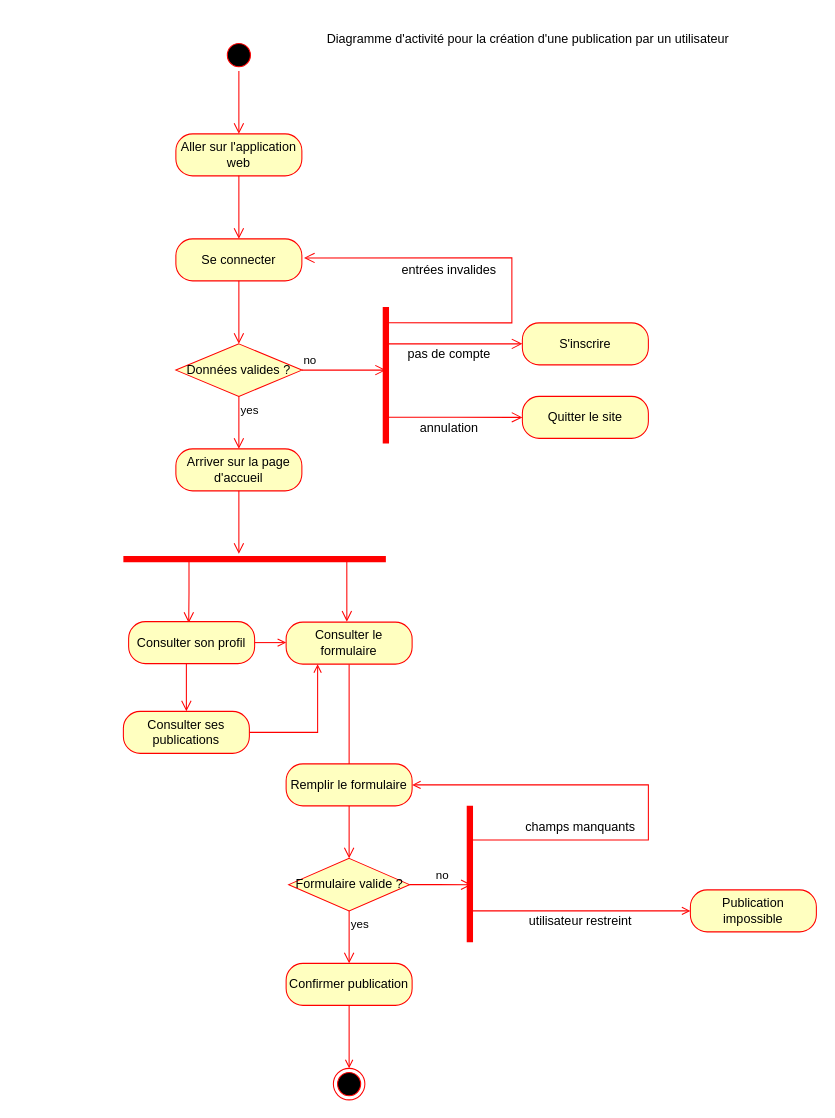
The draw.io diagram page "Diagramme d'activité" (4 of 6) of ProjectDtoD.drawio in Clemy-beep/accreditations_project, before the edit. Source tidied: cells renumbered, new cells numbered last; positions are measured from the earlier drawing's top-left corner, leaving out a move shared by most shapes. Both pictures are drawn from the tidied source at 105%, with x=0, y=0 at pixel (123, 28).
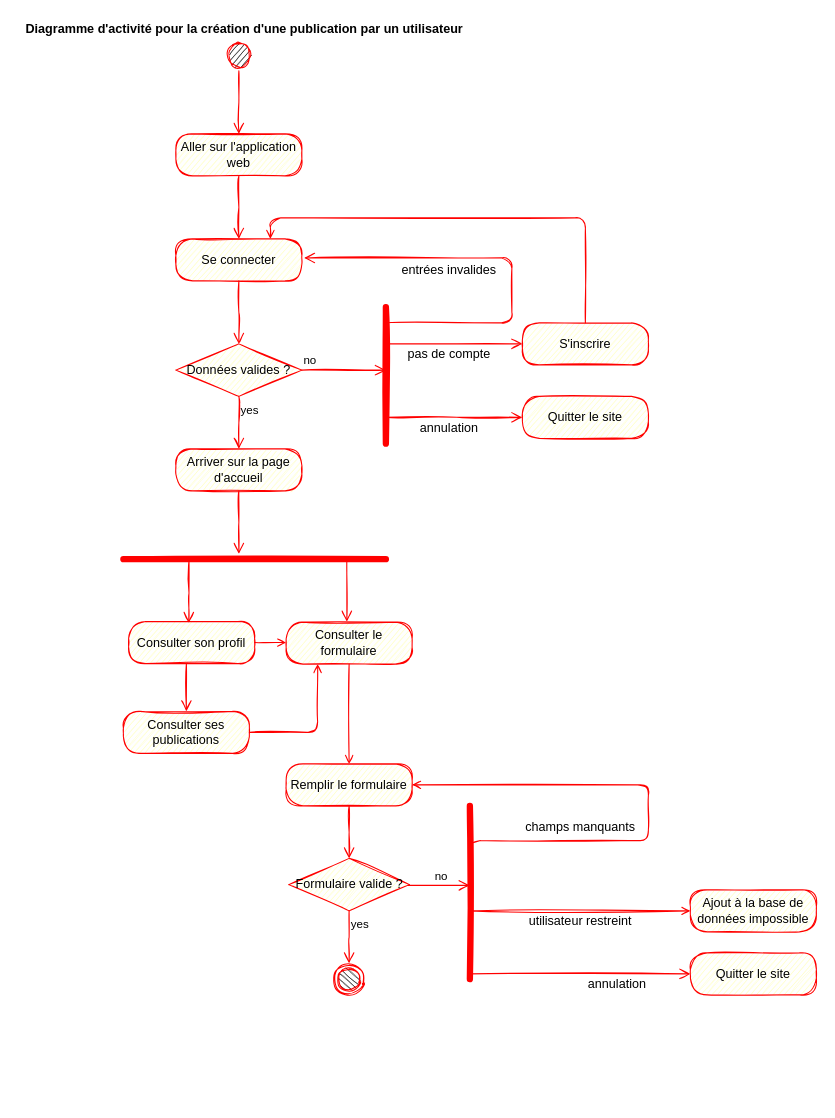
The same diagram, later.

The edit, as a diff of the source:
```diff
@@
-    <mxCell id="2" style="ellipse;html=1;shape=startState;fillColor=#000000;strokeColor=#ff0000;" parent="1" vertex="1">
+    <mxCell id="2" style="ellipse;html=1;shape=startState;fillColor=#000000;strokeColor=#ff0000;sketch=1;" parent="1" vertex="1">
       <mxGeometry x="95" y="10" width="30" height="30" as="geometry" />
     </mxCell>
-    <mxCell id="3" style="edgeStyle=orthogonalEdgeStyle;html=1;verticalAlign=bottom;endArrow=open;endSize=8;strokeColor=#ff0000;rounded=0;" parent="1" edge="1" source="2">
+    <mxCell id="3" style="edgeStyle=orthogonalEdgeStyle;html=1;verticalAlign=bottom;endArrow=open;endSize=8;strokeColor=#ff0000;rounded=0;sketch=1;" parent="1" edge="1" source="2">
       <mxGeometry relative="1" as="geometry">
         <mxPoint x="110" y="100" as="targetPoint" />
       </mxGeometry>
     </mxCell>
-    <mxCell id="4" value="Aller sur l'application web" style="rounded=1;whiteSpace=wrap;html=1;arcSize=40;fontColor=#000000;fillColor=#ffffc0;strokeColor=#ff0000;" parent="1" vertex="1">
+    <mxCell id="4" value="Aller sur l'application web" style="rounded=1;whiteSpace=wrap;html=1;arcSize=40;fontColor=#000000;fillColor=#ffffc0;strokeColor=#ff0000;sketch=1;" parent="1" vertex="1">
       <mxGeometry x="50" y="100" width="120" height="40" as="geometry" />
     </mxCell>
-    <mxCell id="5" style="edgeStyle=orthogonalEdgeStyle;html=1;verticalAlign=bottom;endArrow=open;endSize=8;strokeColor=#ff0000;rounded=0;" parent="1" edge="1" source="4">
+    <mxCell id="5" style="edgeStyle=orthogonalEdgeStyle;html=1;verticalAlign=bottom;endArrow=open;endSize=8;strokeColor=#ff0000;rounded=0;sketch=1;" parent="1" edge="1" source="4">
       <mxGeometry relative="1" as="geometry">
         <mxPoint x="110" y="200" as="targetPoint" />
       </mxGeometry>
     </mxCell>
-    <mxCell id="6" value="Se connecter" style="rounded=1;whiteSpace=wrap;html=1;arcSize=40;fontColor=#000000;fillColor=#ffffc0;strokeColor=#ff0000;" parent="1" vertex="1">
+    <mxCell id="6" value="Se connecter" style="rounded=1;whiteSpace=wrap;html=1;arcSize=40;fontColor=#000000;fillColor=#ffffc0;strokeColor=#ff0000;sketch=1;" parent="1" vertex="1">
       <mxGeometry x="50" y="200" width="120" height="40" as="geometry" />
     </mxCell>
-    <mxCell id="7" style="edgeStyle=orthogonalEdgeStyle;html=1;verticalAlign=bottom;endArrow=open;endSize=8;strokeColor=#ff0000;rounded=0;" parent="1" edge="1" source="6">
+    <mxCell id="7" style="edgeStyle=orthogonalEdgeStyle;html=1;verticalAlign=bottom;endArrow=open;endSize=8;strokeColor=#ff0000;rounded=0;sketch=1;" parent="1" edge="1" source="6">
       <mxGeometry relative="1" as="geometry">
         <mxPoint x="110" y="300" as="targetPoint" />
       </mxGeometry>
     </mxCell>
-    <mxCell id="8" value="Données valides ?" style="rhombus;whiteSpace=wrap;html=1;fillColor=#ffffc0;strokeColor=#ff0000;" parent="1" vertex="1">
+    <mxCell id="8" value="Données valides ?" style="rhombus;whiteSpace=wrap;html=1;fillColor=#ffffc0;strokeColor=#ff0000;sketch=1;" parent="1" vertex="1">
       <mxGeometry x="50" y="300" width="120" height="50" as="geometry" />
     </mxCell>
-    <mxCell id="9" value="no" style="edgeStyle=orthogonalEdgeStyle;html=1;align=left;verticalAlign=bottom;endArrow=open;endSize=8;strokeColor=#ff0000;rounded=0;" parent="1" edge="1" source="8">
+    <mxCell id="9" value="no" style="edgeStyle=orthogonalEdgeStyle;html=1;align=left;verticalAlign=bottom;endArrow=open;endSize=8;strokeColor=#ff0000;rounded=0;sketch=1;" parent="1" edge="1" source="8">
       <mxGeometry x="-1" relative="1" as="geometry">
         <mxPoint x="250" y="325" as="targetPoint" />
         <Array as="points">
           <mxPoint x="250" y="325" />
         </Array>
       </mxGeometry>
     </mxCell>
-    <mxCell id="10" value="yes" style="edgeStyle=orthogonalEdgeStyle;html=1;align=left;verticalAlign=top;endArrow=open;endSize=8;strokeColor=#ff0000;rounded=0;" parent="1" edge="1" source="8">
+    <mxCell id="10" value="yes" style="edgeStyle=orthogonalEdgeStyle;html=1;align=left;verticalAlign=top;endArrow=open;endSize=8;strokeColor=#ff0000;rounded=0;sketch=1;" parent="1" edge="1" source="8">
       <mxGeometry x="-1" relative="1" as="geometry">
         <mxPoint x="110" y="400" as="targetPoint" />
       </mxGeometry>
     </mxCell>
-    <mxCell id="11" style="shape=line;html=1;strokeWidth=6;strokeColor=#ff0000;" parent="1" vertex="1">
+    <mxCell id="11" style="shape=line;html=1;strokeWidth=6;strokeColor=#ff0000;sketch=1;" parent="1" vertex="1">
       <mxGeometry y="500" width="250" height="10" as="geometry" />
     </mxCell>
-    <mxCell id="12" style="edgeStyle=orthogonalEdgeStyle;html=1;verticalAlign=bottom;endArrow=open;endSize=8;strokeColor=#ff0000;rounded=0;exitX=0.75;exitY=0.5;exitDx=0;exitDy=0;exitPerimeter=0;entryX=0.482;entryY=-0.01;entryDx=0;entryDy=0;entryPerimeter=0;" parent="1" edge="1" source="11" target="29">
+    <mxCell id="12" style="edgeStyle=orthogonalEdgeStyle;html=1;verticalAlign=bottom;endArrow=open;endSize=8;strokeColor=#ff0000;rounded=0;exitX=0.75;exitY=0.5;exitDx=0;exitDy=0;exitPerimeter=0;entryX=0.482;entryY=-0.01;entryDx=0;entryDy=0;entryPerimeter=0;sketch=1;" parent="1" edge="1" source="11" target="29">
       <mxGeometry relative="1" as="geometry">
         <Array as="points">
           <mxPoint x="213" y="505" />
         </Array>
       </mxGeometry>
     </mxCell>
-    <mxCell id="13" style="shape=line;html=1;strokeWidth=6;strokeColor=#ff0000;rotation=90;" parent="1" vertex="1">
+    <mxCell id="13" style="shape=line;html=1;strokeWidth=6;strokeColor=#ff0000;rotation=90;sketch=1;" parent="1" vertex="1">
       <mxGeometry x="185" y="325" width="130" height="10" as="geometry" />
     </mxCell>
-    <mxCell id="14" value="Quitter le site" style="rounded=1;whiteSpace=wrap;html=1;arcSize=40;fontColor=#000000;fillColor=#ffffc0;strokeColor=#ff0000;" parent="1" vertex="1">
+    <mxCell id="14" value="Quitter le site" style="rounded=1;whiteSpace=wrap;html=1;arcSize=40;fontColor=#000000;fillColor=#ffffc0;strokeColor=#ff0000;sketch=1;" parent="1" vertex="1">
       <mxGeometry x="380" y="350" width="120" height="40" as="geometry" />
     </mxCell>
-    <mxCell id="15" style="edgeStyle=orthogonalEdgeStyle;html=1;verticalAlign=bottom;endArrow=open;endSize=8;strokeColor=#ff0000;rounded=0;exitX=0.807;exitY=0.486;exitDx=0;exitDy=0;exitPerimeter=0;" parent="1" edge="1" source="13">
+    <mxCell id="15" style="edgeStyle=orthogonalEdgeStyle;html=1;verticalAlign=bottom;endArrow=open;endSize=8;strokeColor=#ff0000;rounded=0;exitX=0.807;exitY=0.486;exitDx=0;exitDy=0;exitPerimeter=0;sketch=1;" parent="1" edge="1" source="13">
       <mxGeometry relative="1" as="geometry">
         <mxPoint x="380" y="370" as="targetPoint" />
       </mxGeometry>
     </mxCell>
-    <mxCell id="16" value="annulation" style="text;html=1;align=center;verticalAlign=middle;strokeColor=none;fillColor=none;" parent="1" vertex="1">
+    <mxCell id="16" value="annulation" style="text;html=1;align=center;verticalAlign=middle;strokeColor=none;fillColor=none;sketch=1;" parent="1" vertex="1">
       <mxGeometry x="275" y="370" width="70" height="20" as="geometry" />
     </mxCell>
+    <mxCell id="47" style="edgeStyle=orthogonalEdgeStyle;rounded=1;sketch=1;jettySize=auto;html=1;exitX=0.5;exitY=0;exitDx=0;exitDy=0;entryX=0.75;entryY=0;entryDx=0;entryDy=0;fillColor=#e51400;strokeColor=#FF0000;endArrow=open;endFill=0;" parent="1" edge="1" source="17" target="6">
+      <mxGeometry relative="1" as="geometry" />
+    </mxCell>
-    <mxCell id="17" value="S'inscrire" style="rounded=1;whiteSpace=wrap;html=1;arcSize=40;fontColor=#000000;fillColor=#ffffc0;strokeColor=#ff0000;" parent="1" vertex="1">
+    <mxCell id="17" value="S'inscrire" style="rounded=1;whiteSpace=wrap;html=1;arcSize=40;fontColor=#000000;fillColor=#ffffc0;strokeColor=#ff0000;sketch=1;" parent="1" vertex="1">
       <mxGeometry x="380" y="280" width="120" height="40" as="geometry" />
     </mxCell>
-    <mxCell id="18" style="edgeStyle=orthogonalEdgeStyle;html=1;verticalAlign=bottom;endArrow=open;endSize=8;strokeColor=#ff0000;rounded=0;exitX=0.25;exitY=0.5;exitDx=0;exitDy=0;exitPerimeter=0;entryX=0;entryY=0.5;entryDx=0;entryDy=0;" parent="1" edge="1" source="13" target="17">
+    <mxCell id="18" style="edgeStyle=orthogonalEdgeStyle;html=1;verticalAlign=bottom;endArrow=open;endSize=8;strokeColor=#ff0000;rounded=0;exitX=0.25;exitY=0.5;exitDx=0;exitDy=0;exitPerimeter=0;entryX=0;entryY=0.5;entryDx=0;entryDy=0;sketch=1;" parent="1" edge="1" source="13" target="17">
       <mxGeometry relative="1" as="geometry">
         <Array as="points">
           <mxPoint x="250" y="300" />
         </Array>
       </mxGeometry>
     </mxCell>
-    <mxCell id="19" value="pas de compte" style="text;html=1;align=center;verticalAlign=middle;strokeColor=none;fillColor=none;" parent="1" vertex="1">
+    <mxCell id="19" value="pas de compte" style="text;html=1;align=center;verticalAlign=middle;strokeColor=none;fillColor=none;sketch=1;" parent="1" vertex="1">
       <mxGeometry x="265" y="300" width="90" height="20" as="geometry" />
     </mxCell>
-    <mxCell id="20" style="edgeStyle=orthogonalEdgeStyle;html=1;verticalAlign=bottom;endArrow=open;endSize=8;strokeColor=#ff0000;rounded=0;exitX=0.115;exitY=0.5;exitDx=0;exitDy=0;exitPerimeter=0;entryX=1.017;entryY=0.453;entryDx=0;entryDy=0;entryPerimeter=0;" parent="1" edge="1" source="13" target="6">
+    <mxCell id="20" style="edgeStyle=orthogonalEdgeStyle;html=1;verticalAlign=bottom;endArrow=open;endSize=8;strokeColor=#ff0000;rounded=1;exitX=0.115;exitY=0.5;exitDx=0;exitDy=0;exitPerimeter=0;entryX=1.017;entryY=0.453;entryDx=0;entryDy=0;entryPerimeter=0;sketch=1;" parent="1" edge="1" source="13" target="6">
       <mxGeometry relative="1" as="geometry">
         <Array as="points">
           <mxPoint x="370" y="280" />
           <mxPoint x="370" y="218" />
         </Array>
       </mxGeometry>
     </mxCell>
-    <mxCell id="21" value="entrées invalides" style="text;html=1;align=center;verticalAlign=middle;strokeColor=none;fillColor=none;" parent="1" vertex="1">
+    <mxCell id="21" value="entrées invalides" style="text;html=1;align=center;verticalAlign=middle;strokeColor=none;fillColor=none;sketch=1;" parent="1" vertex="1">
       <mxGeometry x="255" y="220" width="110" height="20" as="geometry" />
     </mxCell>
-    <mxCell id="22" value="Arriver sur la page d'accueil" style="rounded=1;whiteSpace=wrap;html=1;arcSize=40;fontColor=#000000;fillColor=#ffffc0;strokeColor=#ff0000;" parent="1" vertex="1">
+    <mxCell id="22" value="Arriver sur la page d'accueil" style="rounded=1;whiteSpace=wrap;html=1;arcSize=40;fontColor=#000000;fillColor=#ffffc0;strokeColor=#ff0000;sketch=1;" parent="1" vertex="1">
       <mxGeometry x="50" y="400" width="120" height="40" as="geometry" />
     </mxCell>
-    <mxCell id="23" style="edgeStyle=orthogonalEdgeStyle;html=1;verticalAlign=bottom;endArrow=open;endSize=8;strokeColor=#ff0000;rounded=0;" parent="1" edge="1" source="22">
+    <mxCell id="23" style="edgeStyle=orthogonalEdgeStyle;html=1;verticalAlign=bottom;endArrow=open;endSize=8;strokeColor=#ff0000;rounded=0;sketch=1;" parent="1" edge="1" source="22">
       <mxGeometry relative="1" as="geometry">
         <mxPoint x="110" y="500" as="targetPoint" />
       </mxGeometry>
     </mxCell>
-    <mxCell id="24" style="edgeStyle=orthogonalEdgeStyle;html=1;verticalAlign=bottom;endArrow=open;endSize=8;strokeColor=#ff0000;rounded=0;exitX=0.468;exitY=0.99;exitDx=0;exitDy=0;exitPerimeter=0;entryX=0.5;entryY=0;entryDx=0;entryDy=0;" parent="1" edge="1" source="27" target="31">
+    <mxCell id="24" style="edgeStyle=orthogonalEdgeStyle;html=1;verticalAlign=bottom;endArrow=open;endSize=8;strokeColor=#ff0000;rounded=0;exitX=0.468;exitY=0.99;exitDx=0;exitDy=0;exitPerimeter=0;entryX=0.5;entryY=0;entryDx=0;entryDy=0;sketch=1;" parent="1" edge="1" source="27" target="31">
       <mxGeometry relative="1" as="geometry">
         <Array as="points">
           <mxPoint x="60" y="604" />
         </Array>
       </mxGeometry>
     </mxCell>
-    <mxCell id="25" style="edgeStyle=orthogonalEdgeStyle;html=1;verticalAlign=bottom;endArrow=open;endSize=8;strokeColor=#ff0000;rounded=0;exitX=0.25;exitY=0.5;exitDx=0;exitDy=0;exitPerimeter=0;entryX=0.477;entryY=0.031;entryDx=0;entryDy=0;entryPerimeter=0;" parent="1" edge="1" source="11" target="27">
+    <mxCell id="25" style="edgeStyle=orthogonalEdgeStyle;html=1;verticalAlign=bottom;endArrow=open;endSize=8;strokeColor=#ff0000;rounded=0;exitX=0.25;exitY=0.5;exitDx=0;exitDy=0;exitPerimeter=0;entryX=0.477;entryY=0.031;entryDx=0;entryDy=0;entryPerimeter=0;sketch=1;" parent="1" edge="1" source="11" target="27">
       <mxGeometry relative="1" as="geometry" />
     </mxCell>
-    <mxCell id="26" style="edgeStyle=orthogonalEdgeStyle;rounded=0;jettySize=auto;html=1;exitX=1;exitY=0.5;exitDx=0;exitDy=0;entryX=0;entryY=0.5;entryDx=0;entryDy=0;strokeColor=#FF0000;endArrow=open;endFill=0;fillColor=#e51400;" parent="1" edge="1" source="27" target="29">
+    <mxCell id="26" style="edgeStyle=orthogonalEdgeStyle;rounded=0;jettySize=auto;html=1;exitX=1;exitY=0.5;exitDx=0;exitDy=0;entryX=0;entryY=0.5;entryDx=0;entryDy=0;strokeColor=#FF0000;endArrow=open;endFill=0;fillColor=#e51400;sketch=1;" parent="1" edge="1" source="27" target="29">
       <mxGeometry relative="1" as="geometry" />
     </mxCell>
-    <mxCell id="27" value="Consulter son profil" style="rounded=1;whiteSpace=wrap;html=1;arcSize=40;fontColor=#000000;fillColor=#ffffc0;strokeColor=#ff0000;" parent="1" vertex="1">
+    <mxCell id="27" value="Consulter son profil" style="rounded=1;whiteSpace=wrap;html=1;arcSize=40;fontColor=#000000;fillColor=#ffffc0;strokeColor=#ff0000;sketch=1;" parent="1" vertex="1">
       <mxGeometry x="5" y="564.5" width="120" height="40" as="geometry" />
     </mxCell>
-    <mxCell id="28" style="edgeStyle=orthogonalEdgeStyle;rounded=0;jettySize=auto;html=1;exitX=0.5;exitY=1;exitDx=0;exitDy=0;endArrow=open;endFill=0;strokeColor=#FF0000;" parent="1" edge="1" source="29">
-      <mxGeometry relative="1" as="geometry">
-        <mxPoint x="215" y="720" as="targetPoint" />
-      </mxGeometry>
+    <mxCell id="28" style="edgeStyle=orthogonalEdgeStyle;rounded=0;jettySize=auto;html=1;exitX=0.5;exitY=1;exitDx=0;exitDy=0;endArrow=open;endFill=0;strokeColor=#FF0000;sketch=1;entryX=0.5;entryY=0;entryDx=0;entryDy=0;" parent="1" edge="1" source="29" target="32">
+      <mxGeometry relative="1" as="geometry" />
     </mxCell>
-    <mxCell id="29" value="Consulter le formulaire" style="rounded=1;whiteSpace=wrap;html=1;arcSize=40;fontColor=#000000;fillColor=#ffffc0;strokeColor=#ff0000;" parent="1" vertex="1">
+    <mxCell id="29" value="Consulter le formulaire" style="rounded=1;whiteSpace=wrap;html=1;arcSize=40;fontColor=#000000;fillColor=#ffffc0;strokeColor=#ff0000;sketch=1;" parent="1" vertex="1">
       <mxGeometry x="155" y="565" width="120" height="40" as="geometry" />
     </mxCell>
-    <mxCell id="30" style="edgeStyle=orthogonalEdgeStyle;rounded=0;jettySize=auto;html=1;exitX=1;exitY=0.5;exitDx=0;exitDy=0;entryX=0.25;entryY=1;entryDx=0;entryDy=0;strokeColor=#FF0000;endArrow=open;endFill=0;fillColor=#e51400;" parent="1" edge="1" source="31" target="29">
+    <mxCell id="30" style="edgeStyle=orthogonalEdgeStyle;rounded=1;jettySize=auto;html=1;exitX=1;exitY=0.5;exitDx=0;exitDy=0;entryX=0.25;entryY=1;entryDx=0;entryDy=0;strokeColor=#FF0000;endArrow=open;endFill=0;fillColor=#e51400;sketch=1;" parent="1" edge="1" source="31" target="29">
       <mxGeometry relative="1" as="geometry" />
     </mxCell>
-    <mxCell id="31" value="Consulter ses publications" style="rounded=1;whiteSpace=wrap;html=1;arcSize=40;fontColor=#000000;fillColor=#ffffc0;strokeColor=#ff0000;" parent="1" vertex="1">
+    <mxCell id="31" value="Consulter ses publications" style="rounded=1;whiteSpace=wrap;html=1;arcSize=40;fontColor=#000000;fillColor=#ffffc0;strokeColor=#ff0000;sketch=1;" parent="1" vertex="1">
       <mxGeometry y="650" width="120" height="40" as="geometry" />
     </mxCell>
-    <mxCell id="32" value="Remplir le formulaire" style="rounded=1;whiteSpace=wrap;html=1;arcSize=40;fontColor=#000000;fillColor=#ffffc0;strokeColor=#ff0000;" parent="1" vertex="1">
+    <mxCell id="32" value="Remplir le formulaire" style="rounded=1;whiteSpace=wrap;html=1;arcSize=40;fontColor=#000000;fillColor=#ffffc0;strokeColor=#ff0000;sketch=1;" parent="1" vertex="1">
       <mxGeometry x="155" y="700" width="120" height="40" as="geometry" />
     </mxCell>
-    <mxCell id="33" style="edgeStyle=orthogonalEdgeStyle;html=1;verticalAlign=bottom;endArrow=open;endSize=8;strokeColor=#ff0000;rounded=0;" parent="1" edge="1" source="32">
+    <mxCell id="33" style="edgeStyle=orthogonalEdgeStyle;html=1;verticalAlign=bottom;endArrow=open;endSize=8;strokeColor=#ff0000;rounded=0;sketch=1;" parent="1" edge="1" source="32">
       <mxGeometry relative="1" as="geometry">
         <mxPoint x="215" y="790" as="targetPoint" />
       </mxGeometry>
     </mxCell>
-    <mxCell id="34" value="Formulaire valide ?" style="rhombus;whiteSpace=wrap;html=1;fillColor=#ffffc0;strokeColor=#ff0000;" parent="1" vertex="1">
+    <mxCell id="34" value="Formulaire valide ?" style="rhombus;whiteSpace=wrap;html=1;fillColor=#ffffc0;strokeColor=#ff0000;sketch=1;" parent="1" vertex="1">
       <mxGeometry x="157.5" y="790" width="115" height="50" as="geometry" />
     </mxCell>
-    <mxCell id="35" value="no" style="edgeStyle=orthogonalEdgeStyle;html=1;align=left;verticalAlign=bottom;endArrow=open;endSize=8;strokeColor=#ff0000;rounded=0;entryX=0.578;entryY=0.333;entryDx=0;entryDy=0;entryPerimeter=0;" parent="1" edge="1" source="34" target="39">
+    <mxCell id="35" value="no" style="edgeStyle=orthogonalEdgeStyle;html=1;align=left;verticalAlign=bottom;endArrow=open;endSize=8;strokeColor=#ff0000;rounded=0;entryX=0.459;entryY=0.517;entryDx=0;entryDy=0;entryPerimeter=0;sketch=1;" parent="1" edge="1" source="34" target="39">
       <mxGeometry x="-0.11" relative="1" as="geometry">
+        <Array as="points">
+          <mxPoint x="280" y="815" />
+        </Array>
         <mxPoint x="-2" as="offset" />
       </mxGeometry>
     </mxCell>
-    <mxCell id="36" value="yes" style="edgeStyle=orthogonalEdgeStyle;html=1;align=left;verticalAlign=top;endArrow=open;endSize=8;strokeColor=#ff0000;rounded=0;" parent="1" edge="1" source="34">
+    <mxCell id="36" value="yes" style="edgeStyle=orthogonalEdgeStyle;html=1;align=left;verticalAlign=top;endArrow=open;endSize=8;strokeColor=#ff0000;rounded=0;sketch=1;" parent="1" edge="1" source="34">
       <mxGeometry x="-1" relative="1" as="geometry">
         <mxPoint x="215" y="890" as="targetPoint" />
       </mxGeometry>
     </mxCell>
-    <mxCell id="37" style="edgeStyle=orthogonalEdgeStyle;rounded=0;jettySize=auto;html=1;exitX=0.75;exitY=0.5;exitDx=0;exitDy=0;exitPerimeter=0;entryX=0;entryY=0.5;entryDx=0;entryDy=0;endArrow=open;endFill=0;strokeColor=#FF0000;" parent="1" edge="1" source="39" target="40">
+    <mxCell id="37" style="edgeStyle=orthogonalEdgeStyle;rounded=0;jettySize=auto;html=1;exitX=0.75;exitY=0.5;exitDx=0;exitDy=0;exitPerimeter=0;entryX=0;entryY=0.5;entryDx=0;entryDy=0;endArrow=open;endFill=0;strokeColor=#FF0000;sketch=1;" parent="1" edge="1" source="39" target="40">
       <mxGeometry relative="1" as="geometry">
         <Array as="points">
           <mxPoint x="330" y="840" />
         </Array>
       </mxGeometry>
     </mxCell>
-    <mxCell id="38" style="edgeStyle=orthogonalEdgeStyle;rounded=0;jettySize=auto;html=1;exitX=0.25;exitY=0.5;exitDx=0;exitDy=0;exitPerimeter=0;entryX=1;entryY=0.5;entryDx=0;entryDy=0;endArrow=open;endFill=0;strokeColor=#FF0000;" parent="1" edge="1" source="39" target="32">
+    <mxCell id="38" style="edgeStyle=orthogonalEdgeStyle;rounded=1;jettySize=auto;html=1;exitX=0.25;exitY=0.5;exitDx=0;exitDy=0;exitPerimeter=0;entryX=1;entryY=0.5;entryDx=0;entryDy=0;endArrow=open;endFill=0;strokeColor=#FF0000;sketch=1;" parent="1" edge="1" source="39" target="32">
       <mxGeometry relative="1" as="geometry">
         <Array as="points">
           <mxPoint x="500" y="773" />
           <mxPoint x="500" y="720" />
         </Array>
       </mxGeometry>
     </mxCell>
-    <mxCell id="39" style="shape=line;html=1;strokeWidth=6;strokeColor=#ff0000;rotation=90;" parent="1" vertex="1">
-      <mxGeometry x="265" y="800" width="130" height="10" as="geometry" />
+    <mxCell id="39" style="shape=line;html=1;strokeWidth=6;strokeColor=#ff0000;rotation=90;sketch=1;" parent="1" vertex="1">
+      <mxGeometry x="247.5" y="817.5" width="165" height="10" as="geometry" />
     </mxCell>
-    <mxCell id="40" value="Publication impossible" style="rounded=1;whiteSpace=wrap;html=1;arcSize=40;fontColor=#000000;fillColor=#ffffc0;strokeColor=#ff0000;" parent="1" vertex="1">
+    <mxCell id="40" value="Ajout à la base de données impossible" style="rounded=1;whiteSpace=wrap;html=1;arcSize=40;fontColor=#000000;fillColor=#ffffc0;strokeColor=#ff0000;sketch=1;" parent="1" vertex="1">
       <mxGeometry x="540" y="820" width="120" height="40" as="geometry" />
     </mxCell>
-    <mxCell id="41" value="utilisateur restreint" style="text;html=1;align=center;verticalAlign=middle;strokeColor=none;fillColor=none;" parent="1" vertex="1">
+    <mxCell id="41" value="utilisateur restreint" style="text;html=1;align=center;verticalAlign=middle;strokeColor=none;fillColor=none;sketch=1;" parent="1" vertex="1">
       <mxGeometry x="380" y="840" width="110" height="20" as="geometry" />
     </mxCell>
-    <mxCell id="42" value="champs manquants" style="text;html=1;align=center;verticalAlign=middle;strokeColor=none;fillColor=none;" parent="1" vertex="1">
+    <mxCell id="42" value="champs manquants" style="text;html=1;align=center;verticalAlign=middle;strokeColor=none;fillColor=none;sketch=1;" parent="1" vertex="1">
       <mxGeometry x="375" y="750" width="120" height="20" as="geometry" />
     </mxCell>
-    <mxCell id="43" style="edgeStyle=orthogonalEdgeStyle;rounded=0;jettySize=auto;html=1;exitX=0.5;exitY=1;exitDx=0;exitDy=0;entryX=0.5;entryY=0;entryDx=0;entryDy=0;endArrow=open;endFill=0;strokeColor=#FF0000;" parent="1" edge="1" source="44" target="45">
-      <mxGeometry relative="1" as="geometry" />
-    </mxCell>
-    <mxCell id="44" value="Confirmer publication" style="rounded=1;whiteSpace=wrap;html=1;arcSize=40;fontColor=#000000;fillColor=#ffffc0;strokeColor=#ff0000;" parent="1" vertex="1">
-      <mxGeometry x="155" y="890" width="120" height="40" as="geometry" />
-    </mxCell>
-    <mxCell id="45" style="ellipse;html=1;shape=endState;fillColor=#000000;strokeColor=#ff0000;" parent="1" vertex="1">
-      <mxGeometry x="200" y="990" width="30" height="30" as="geometry" />
+    <mxCell id="45" style="ellipse;html=1;shape=endState;fillColor=#000000;strokeColor=#ff0000;direction=south;sketch=1;" parent="1" vertex="1">
+      <mxGeometry x="200" y="890" width="30" height="30" as="geometry" />
     </mxCell>
-    <mxCell id="46" value="Diagramme d'activité pour la création d'une publication par un utilisateur" style="text;html=1;align=center;verticalAlign=middle;strokeColor=none;fillColor=none;" parent="1" vertex="1">
-      <mxGeometry x="185" width="400" height="20" as="geometry" />
+    <mxCell id="46" value="&lt;b&gt;Diagramme d'activité pour la création d'une publication par un utilisateur&lt;/b&gt;" style="text;html=1;align=center;verticalAlign=middle;strokeColor=none;fillColor=none;" parent="1" vertex="1">
+      <mxGeometry x="-100" y="-10" width="430" height="20" as="geometry" />
     </mxCell>
+    <mxCell id="48" value="Quitter le site" style="rounded=1;whiteSpace=wrap;html=1;arcSize=40;fontColor=#000000;fillColor=#ffffc0;strokeColor=#ff0000;sketch=1;" parent="1" vertex="1">
+      <mxGeometry x="540" y="880" width="120" height="40" as="geometry" />
+    </mxCell>
+    <mxCell id="49" style="edgeStyle=orthogonalEdgeStyle;html=1;verticalAlign=bottom;endArrow=open;endSize=8;strokeColor=#ff0000;rounded=0;sketch=1;" parent="1" edge="1">
+      <mxGeometry relative="1" as="geometry">
+        <mxPoint x="330" y="890" as="sourcePoint" />
+        <mxPoint x="540" y="900" as="targetPoint" />
+        <Array as="points">
+          <mxPoint x="330" y="900" />
+        </Array>
+      </mxGeometry>
+    </mxCell>
+    <mxCell id="50" value="annulation" style="text;html=1;align=center;verticalAlign=middle;strokeColor=none;fillColor=none;sketch=1;" parent="1" vertex="1">
+      <mxGeometry x="435" y="900" width="70" height="20" as="geometry" />
+    </mxCell>
```
